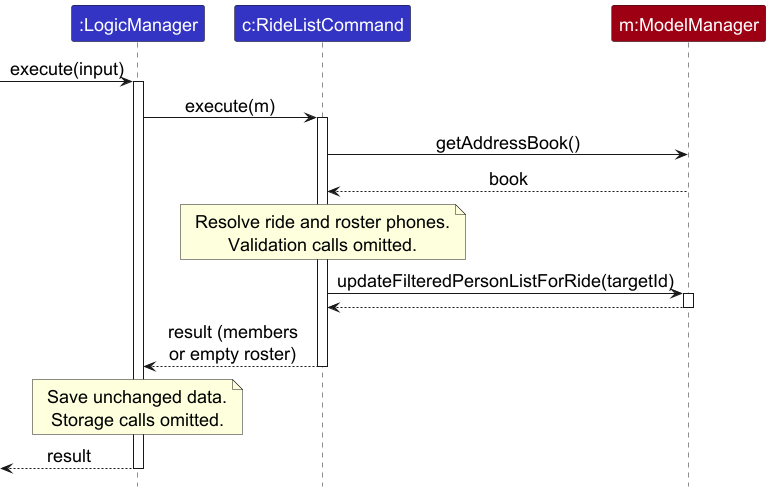
Above: docs/images/RideListSequenceDiagram.png in AY2627S1-CS2103T-W11-1/tp (PlantUML), before the change.
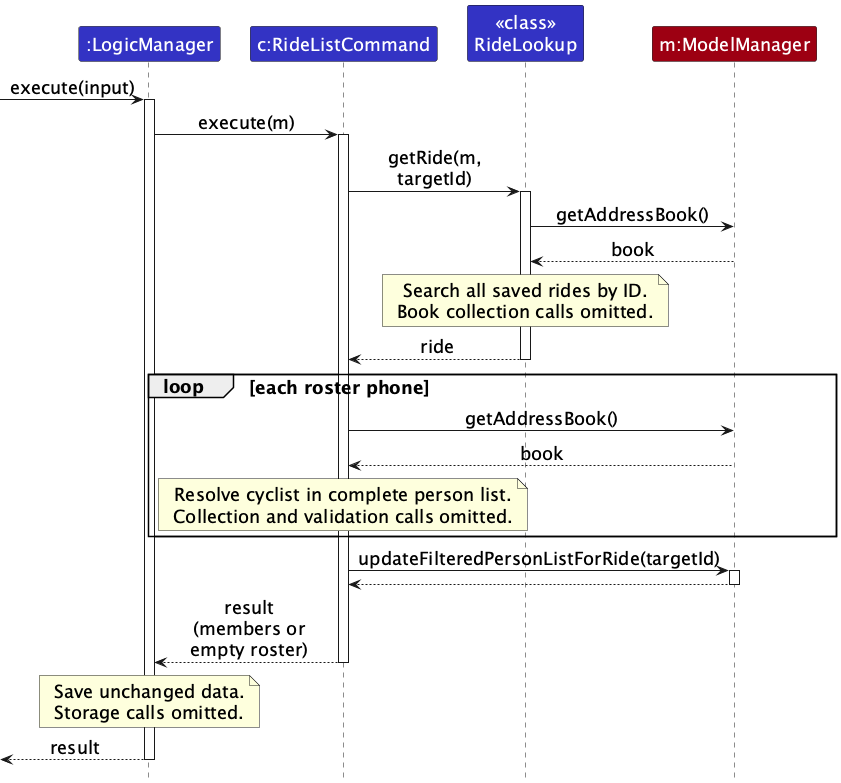
After the change.

Diff of the diagram source:
```diff
@@ -9,15 +9,25 @@
 hide footbox
 participant ":LogicManager" as Logic LOGIC_COLOR
 participant "c:RideListCommand" as Command LOGIC_COLOR
+participant "<<class>>\nRideLookup" as Lookup LOGIC_COLOR
 participant "m:ModelManager" as Model MODEL_COLOR
 
 [-> Logic : execute(input)
 activate Logic
 Logic -> Command : execute(m)
 activate Command
-Command -> Model : getAddressBook()
-Model --> Command : book
-note over Command : Resolve ride and roster phones.\nValidation calls omitted.
+Command -> Lookup : getRide(m, targetId)
+activate Lookup
+Lookup -> Model : getAddressBook()
+Model --> Lookup : book
+note over Lookup : Search all saved rides by ID.\nBook collection calls omitted.
+Lookup --> Command : ride
+deactivate Lookup
+loop each roster phone
+    Command -> Model : getAddressBook()
+    Model --> Command : book
+    note over Command : Resolve cyclist in complete person list.\nCollection and validation calls omitted.
+end
 Command -> Model : updateFilteredPersonListForRide(targetId)
 activate Model
 Model --> Command
```
